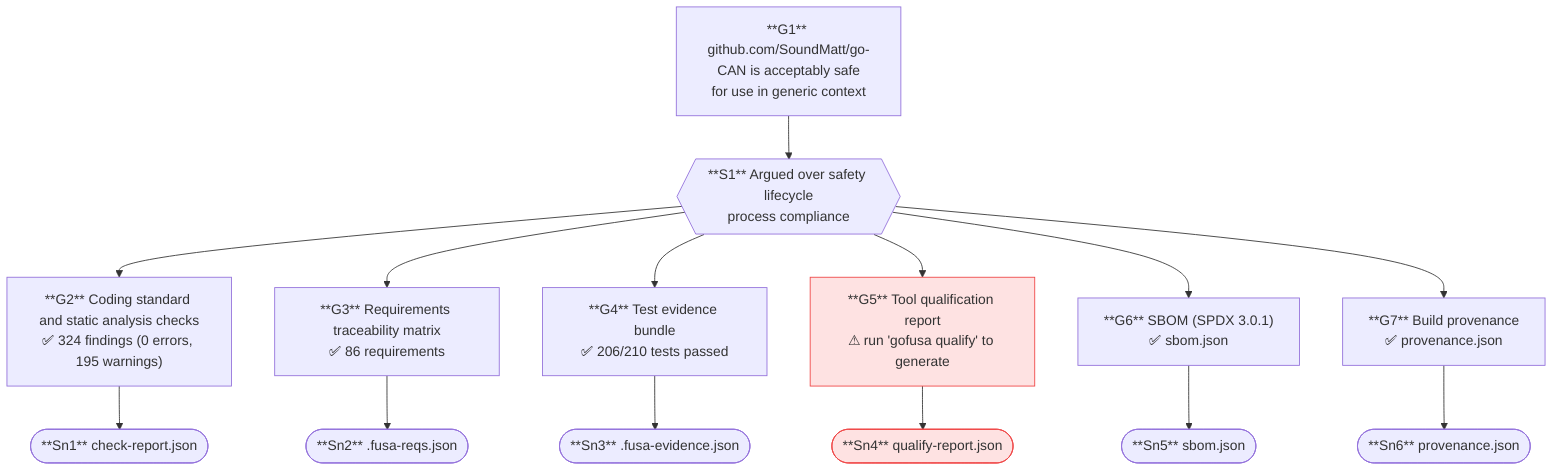
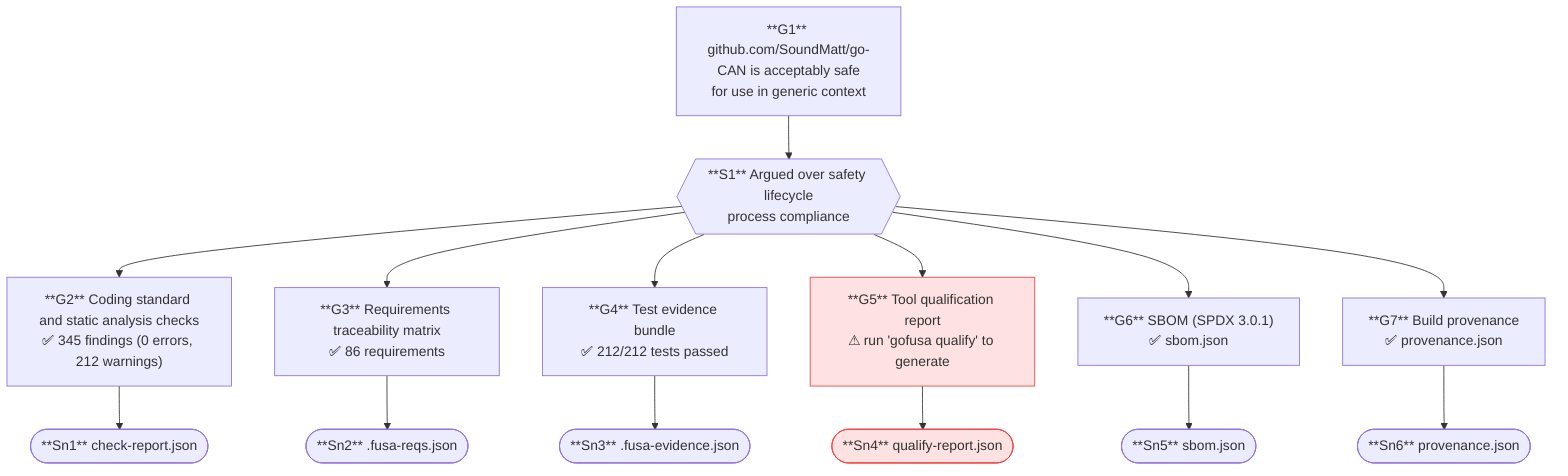
flowchart TD
    G1["**G1** github.com/SoundMatt/go-CAN is acceptably safe\nfor use in generic context"]
    S1{{"**S1** Argued over safety lifecycle\nprocess compliance"}}
-     G2["**G2** Coding standard and static analysis checks\n✅ 324 findings (0 errors, 195 warnings)"]
+     G2["**G2** Coding standard and static analysis checks\n✅ 345 findings (0 errors, 212 warnings)"]
    Sn1(["**Sn1** check-report.json"])
    G3["**G3** Requirements traceability matrix\n✅ 86 requirements"]
    Sn2(["**Sn2** .fusa-reqs.json"])
-     G4["**G4** Test evidence bundle\n✅ 206/210 tests passed"]
+     G4["**G4** Test evidence bundle\n✅ 212/212 tests passed"]
    Sn3(["**Sn3** .fusa-evidence.json"])
    G5["**G5** Tool qualification report\n⚠ run 'gofusa qualify' to generate"]
    Sn4(["**Sn4** qualify-report.json"])
    G6["**G6** SBOM (SPDX 3.0.1)\n✅ sbom.json"]
    Sn5(["**Sn5** sbom.json"])
    G7["**G7** Build provenance\n✅ provenance.json"]
    Sn6(["**Sn6** provenance.json"])
    G1 --> S1
    S1 --> G2
    S1 --> G3
    S1 --> G4
    S1 --> G5
    S1 --> G6
    S1 --> G7
    G2 --> Sn1
    G3 --> Sn2
    G4 --> Sn3
    G5 --> Sn4
    G6 --> Sn5
    G7 --> Sn6
    style G5 fill:#fee2e2,stroke:#ef4444
    style Sn4 fill:#fee2e2,stroke:#ef4444
